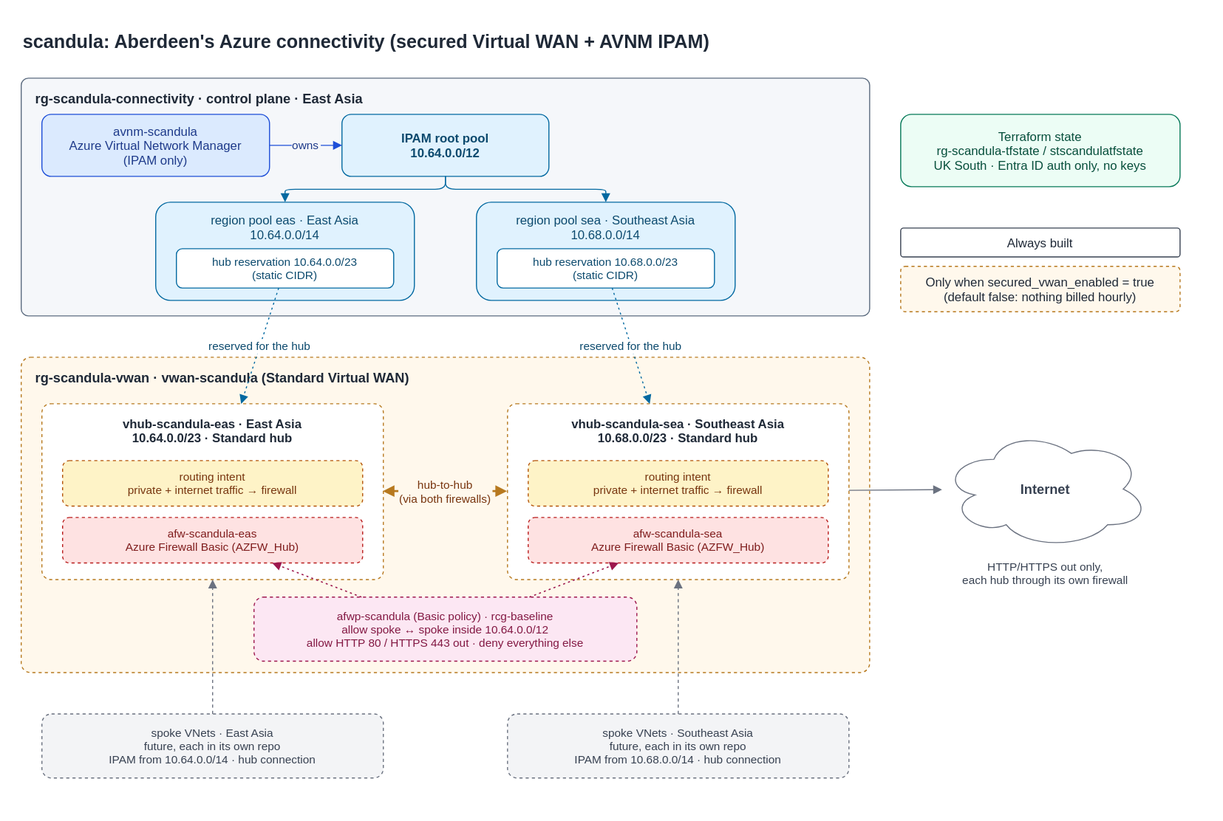
Before: docs/diagrams/architecture.svg, a diagram exported from draw.io (benoitnvl/scandula). Source tidied: cells renumbered, new cells last; positions are measured from the earlier drawing's top-left corner, leaving out a move shared by most shapes.
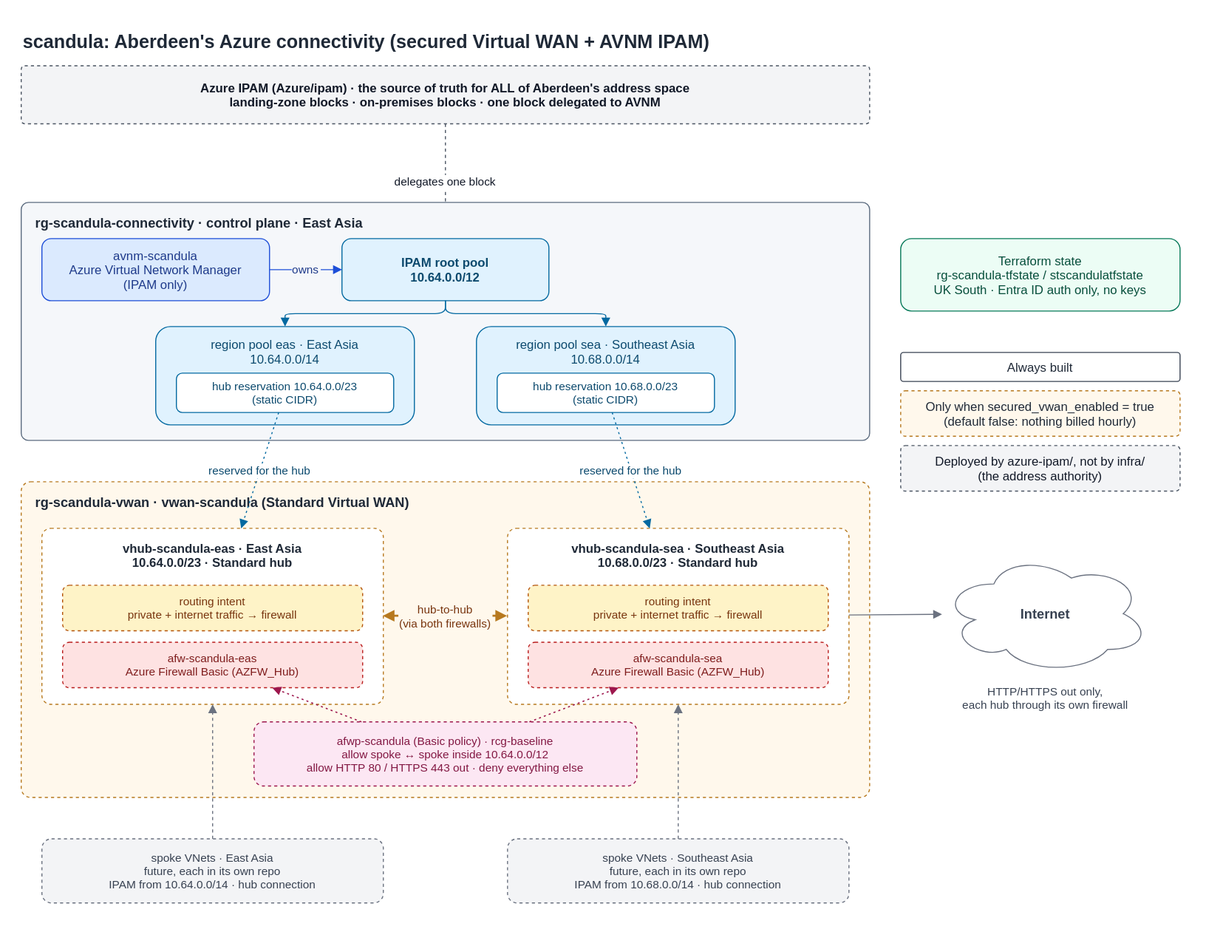
After the commit.

Commit message:
docs: Azure IPAM is the authority; AVNM owns one delegated block (#21)

What changed in the source:
```diff
@@ -3,8 +3,17 @@
     <mxCell id="0" />
     <mxCell id="1" parent="0" />
     <mxCell id="2" value="scandula: Aberdeen's Azure connectivity (secured Virtual WAN + AVNM IPAM)" style="text;html=0;align=left;verticalAlign=middle;fontSize=18;fontStyle=1;fontColor=#1f2937;" parent="1" vertex="1">
-      <mxGeometry width="820" height="36" as="geometry" />
+      <mxGeometry y="-120" width="820" height="36" as="geometry" />
     </mxCell>
+    <mxCell id="36" value="Azure IPAM (Azure/ipam)  ·  the source of truth for ALL of Aberdeen's address space&#10;landing-zone blocks  ·  on-premises blocks  ·  one block delegated to AVNM" style="rounded=1;html=0;dashed=1;fillColor=#f3f4f6;strokeColor=#4b5563;fontSize=12;fontStyle=1;fontColor=#111827;arcSize=6;" parent="1" vertex="1">
+      <mxGeometry y="-77" width="820" height="56" as="geometry" />
+    </mxCell>
+    <mxCell id="37" value="delegates one block" style="endArrow=block;html=0;dashed=1;strokeColor=#4b5563;fontSize=11;fontColor=#111827;labelBackgroundColor=#ffffff;exitX=0.5;exitY=1;exitDx=0;exitDy=0;entryX=0.5;entryY=0;entryDx=0;entryDy=0;" parent="1" edge="1" source="36" target="7">
+      <mxGeometry relative="1" as="geometry" />
+    </mxCell>
+    <mxCell id="38" value="Deployed by azure-ipam/, not by infra/&#10;(the address authority)" style="rounded=1;html=0;dashed=1;fillColor=#f3f4f6;strokeColor=#4b5563;fontSize=12;fontColor=#111827;arcSize=10;" parent="1" vertex="1">
+      <mxGeometry x="850" y="290" width="270" height="44" as="geometry" />
+    </mxCell>
     <mxCell id="3" value="Always built" style="rounded=1;html=0;fillColor=#ffffff;strokeColor=#374151;fontSize=12;fontColor=#1f2937;arcSize=10;" parent="1" vertex="1">
       <mxGeometry x="850" y="200" width="270" height="28" as="geometry" />
     </mxCell>
```
